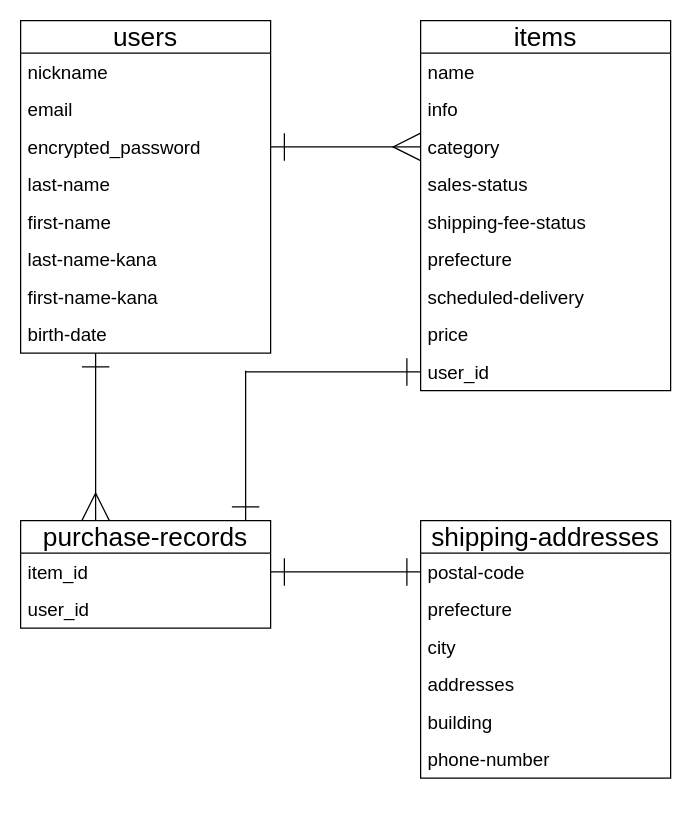
Above: test.dio in Tsuchinoko9/furima-39548 (draw.io), before the change. Source tidied: cells renumbered, new cells numbered last; positions are measured from the earlier drawing's top-left corner, leaving out a move shared by most shapes. Both pictures are drawn from the tidied source at 125%, with x=0, y=0 at pixel (20, 20).
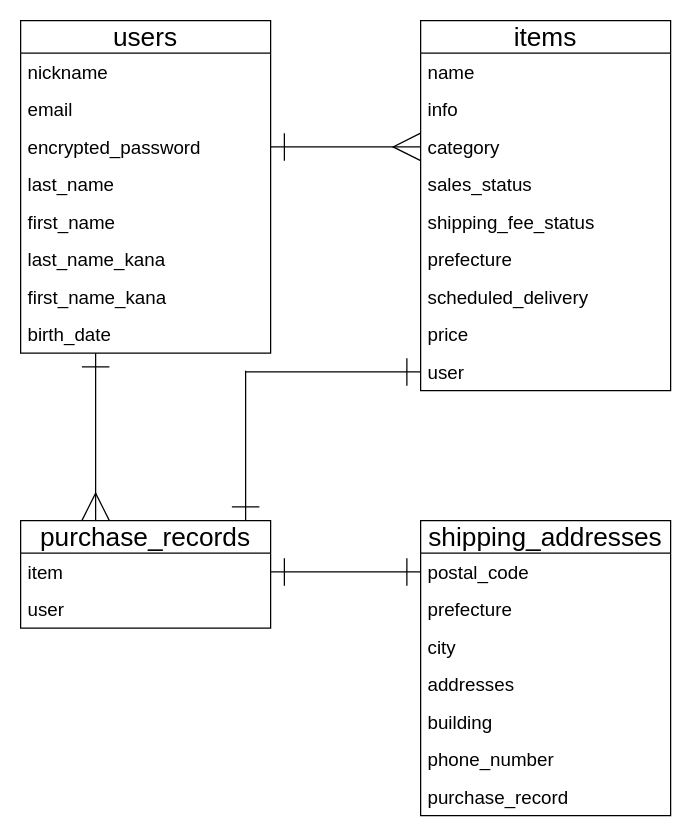
The same diagram, later.

Commit message (it also covers changes not shown here):
コードレビューに基づく修正

Unchanged cells that the change refers to:
```xml
<mxCell id="2" value="users" style="swimlane;fontStyle=0;horizontal=1;startSize=26;align=center;fontSize=21;verticalAlign=bottom;" parent="1" vertex="1">
  <mxGeometry width="200" height="266" as="geometry" />
</mxCell>
<mxCell id="11" value="items" style="swimlane;fontStyle=0;horizontal=1;startSize=26;align=center;fontSize=21;verticalAlign=bottom;" parent="1" vertex="1">
  <mxGeometry x="320" width="200" height="296" as="geometry" />
</mxCell>
```

What changed in the source:
```diff
@@
-    <mxCell id="6" value="last-name" style="text;strokeColor=none;fillColor=none;spacingLeft=4;spacingRight=4;overflow=hidden;fontSize=15;" parent="2" vertex="1">
+    <mxCell id="6" value="last_name" style="text;strokeColor=none;fillColor=none;spacingLeft=4;spacingRight=4;overflow=hidden;fontSize=15;" parent="2" vertex="1">
       <mxGeometry y="116" width="200" height="30" as="geometry" />
     </mxCell>
-    <mxCell id="7" value="first-name" style="text;strokeColor=none;fillColor=none;spacingLeft=4;spacingRight=4;overflow=hidden;fontSize=15;" parent="2" vertex="1">
+    <mxCell id="7" value="first_name" style="text;strokeColor=none;fillColor=none;spacingLeft=4;spacingRight=4;overflow=hidden;fontSize=15;" parent="2" vertex="1">
       <mxGeometry y="146" width="200" height="30" as="geometry" />
     </mxCell>
-    <mxCell id="8" value="last-name-kana" style="text;strokeColor=none;fillColor=none;spacingLeft=4;spacingRight=4;overflow=hidden;fontSize=15;" parent="2" vertex="1">
+    <mxCell id="8" value="last_name_kana" style="text;strokeColor=none;fillColor=none;spacingLeft=4;spacingRight=4;overflow=hidden;fontSize=15;" parent="2" vertex="1">
       <mxGeometry y="176" width="200" height="30" as="geometry" />
     </mxCell>
-    <mxCell id="9" value="first-name-kana" style="text;strokeColor=none;fillColor=none;spacingLeft=4;spacingRight=4;overflow=hidden;fontSize=15;" parent="2" vertex="1">
+    <mxCell id="9" value="first_name_kana" style="text;strokeColor=none;fillColor=none;spacingLeft=4;spacingRight=4;overflow=hidden;fontSize=15;" parent="2" vertex="1">
       <mxGeometry y="206" width="200" height="30" as="geometry" />
     </mxCell>
-    <mxCell id="10" value="birth-date" style="text;strokeColor=none;fillColor=none;spacingLeft=4;spacingRight=4;overflow=hidden;fontSize=15;" parent="2" vertex="1">
+    <mxCell id="10" value="birth_date" style="text;strokeColor=none;fillColor=none;spacingLeft=4;spacingRight=4;overflow=hidden;fontSize=15;" parent="2" vertex="1">
       <mxGeometry y="236" width="200" height="30" as="geometry" />
     </mxCell>
@@
-    <mxCell id="15" value="sales-status" style="text;strokeColor=none;fillColor=none;spacingLeft=4;spacingRight=4;overflow=hidden;fontSize=15;" parent="11" vertex="1">
+    <mxCell id="15" value="sales_status" style="text;strokeColor=none;fillColor=none;spacingLeft=4;spacingRight=4;overflow=hidden;fontSize=15;" parent="11" vertex="1">
       <mxGeometry y="116" width="200" height="30" as="geometry" />
     </mxCell>
-    <mxCell id="16" value="shipping-fee-status" style="text;strokeColor=none;fillColor=none;spacingLeft=4;spacingRight=4;overflow=hidden;fontSize=15;" parent="11" vertex="1">
+    <mxCell id="16" value="shipping_fee_status" style="text;strokeColor=none;fillColor=none;spacingLeft=4;spacingRight=4;overflow=hidden;fontSize=15;" parent="11" vertex="1">
       <mxGeometry y="146" width="200" height="30" as="geometry" />
     </mxCell>
@@
-    <mxCell id="18" value="scheduled-delivery" style="text;strokeColor=none;fillColor=none;spacingLeft=4;spacingRight=4;overflow=hidden;fontSize=15;" parent="11" vertex="1">
+    <mxCell id="18" value="scheduled_delivery" style="text;strokeColor=none;fillColor=none;spacingLeft=4;spacingRight=4;overflow=hidden;fontSize=15;" parent="11" vertex="1">
       <mxGeometry y="206" width="200" height="30" as="geometry" />
     </mxCell>
@@
-    <mxCell id="20" value="user_id" style="text;strokeColor=none;fillColor=none;spacingLeft=4;spacingRight=4;overflow=hidden;points=[[0,0.5],[1,0.5]];portConstraint=eastwest;fontSize=15;" parent="11" vertex="1">
+    <mxCell id="20" value="user" style="text;strokeColor=none;fillColor=none;spacingLeft=4;spacingRight=4;overflow=hidden;points=[[0,0.5],[1,0.5]];portConstraint=eastwest;fontSize=15;" parent="11" vertex="1">
       <mxGeometry y="266" width="200" height="30" as="geometry" />
     </mxCell>
-    <mxCell id="21" value="&#10;purchase-records" style="swimlane;fontStyle=0;horizontal=1;startSize=26;align=center;fontSize=21;verticalAlign=bottom;rounded=0;" parent="1" vertex="1">
+    <mxCell id="21" value="&#10;purchase_records" style="swimlane;fontStyle=0;horizontal=1;startSize=26;align=center;fontSize=21;verticalAlign=bottom;rounded=0;" parent="1" vertex="1">
       <mxGeometry y="400" width="200" height="86" as="geometry" />
     </mxCell>
-    <mxCell id="22" value="item_id" style="text;strokeColor=none;fillColor=none;spacingLeft=4;spacingRight=4;overflow=hidden;points=[[0,0.5],[1,0.5]];portConstraint=eastwest;fontSize=15;" parent="21" vertex="1">
+    <mxCell id="22" value="item" style="text;strokeColor=none;fillColor=none;spacingLeft=4;spacingRight=4;overflow=hidden;points=[[0,0.5],[1,0.5]];portConstraint=eastwest;fontSize=15;" parent="21" vertex="1">
       <mxGeometry y="26" width="200" height="30" as="geometry" />
     </mxCell>
-    <mxCell id="23" value="user_id" style="text;strokeColor=none;fillColor=none;spacingLeft=4;spacingRight=4;overflow=hidden;fontSize=15;" parent="21" vertex="1">
+    <mxCell id="23" value="user" style="text;strokeColor=none;fillColor=none;spacingLeft=4;spacingRight=4;overflow=hidden;fontSize=15;" parent="21" vertex="1">
       <mxGeometry y="56" width="200" height="30" as="geometry" />
     </mxCell>
-    <mxCell id="24" value="shipping-addresses" style="swimlane;fontStyle=0;horizontal=1;startSize=26;align=center;fontSize=21;verticalAlign=bottom;rounded=0;" parent="1" vertex="1">
-      <mxGeometry x="320" y="400" width="200" height="206" as="geometry" />
+    <mxCell id="24" value="shipping_addresses" style="swimlane;fontStyle=0;horizontal=1;startSize=26;align=center;fontSize=21;verticalAlign=bottom;rounded=0;" parent="1" vertex="1">
+      <mxGeometry x="320" y="400" width="200" height="236" as="geometry" />
     </mxCell>
-    <mxCell id="25" value="postal-code" style="text;strokeColor=none;fillColor=none;spacingLeft=4;spacingRight=4;overflow=hidden;points=[[0,0.5],[1,0.5]];portConstraint=eastwest;fontSize=15;" parent="24" vertex="1">
+    <mxCell id="25" value="postal_code" style="text;strokeColor=none;fillColor=none;spacingLeft=4;spacingRight=4;overflow=hidden;points=[[0,0.5],[1,0.5]];portConstraint=eastwest;fontSize=15;" parent="24" vertex="1">
       <mxGeometry y="26" width="200" height="30" as="geometry" />
     </mxCell>
@@
-    <mxCell id="30" value="phone-number" style="text;strokeColor=none;fillColor=none;spacingLeft=4;spacingRight=4;overflow=hidden;fontSize=15;" parent="24" vertex="1">
+    <mxCell id="30" value="phone_number" style="text;strokeColor=none;fillColor=none;spacingLeft=4;spacingRight=4;overflow=hidden;fontSize=15;" parent="24" vertex="1">
       <mxGeometry y="176" width="200" height="30" as="geometry" />
     </mxCell>
+    <mxCell id="36" value="purchase_record" style="text;strokeColor=none;fillColor=none;spacingLeft=4;spacingRight=4;overflow=hidden;fontSize=15;rounded=0;fontFamily=Helvetica;fontColor=default;" parent="24" vertex="1">
+      <mxGeometry y="206" width="200" height="30" as="geometry" />
+    </mxCell>
```
